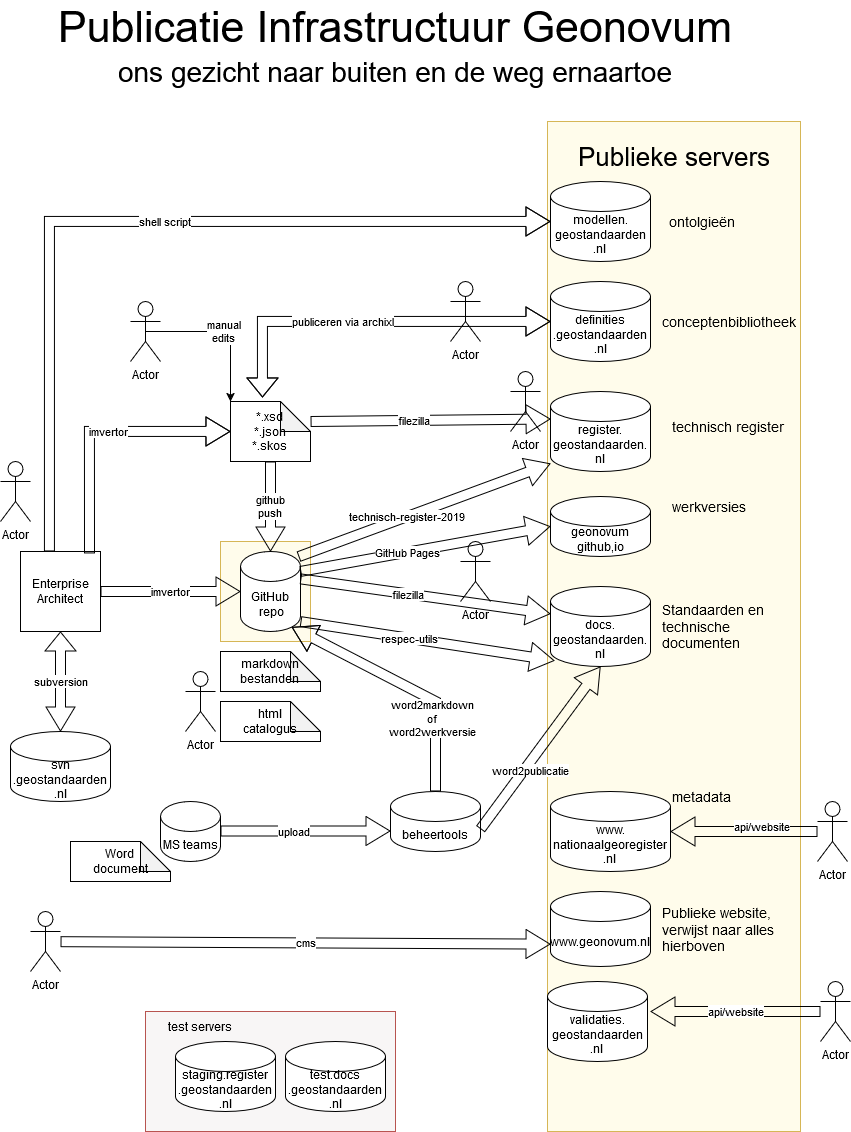
This is GeonovumInterneArchitectuur.drawio.png from Geonovum/DrawIO, a draw.io export, as it was before one commit. Source tidied: cells renumbered, new cells last; positions are measured from the earlier drawing's top-left corner, leaving out a move shared by most shapes.
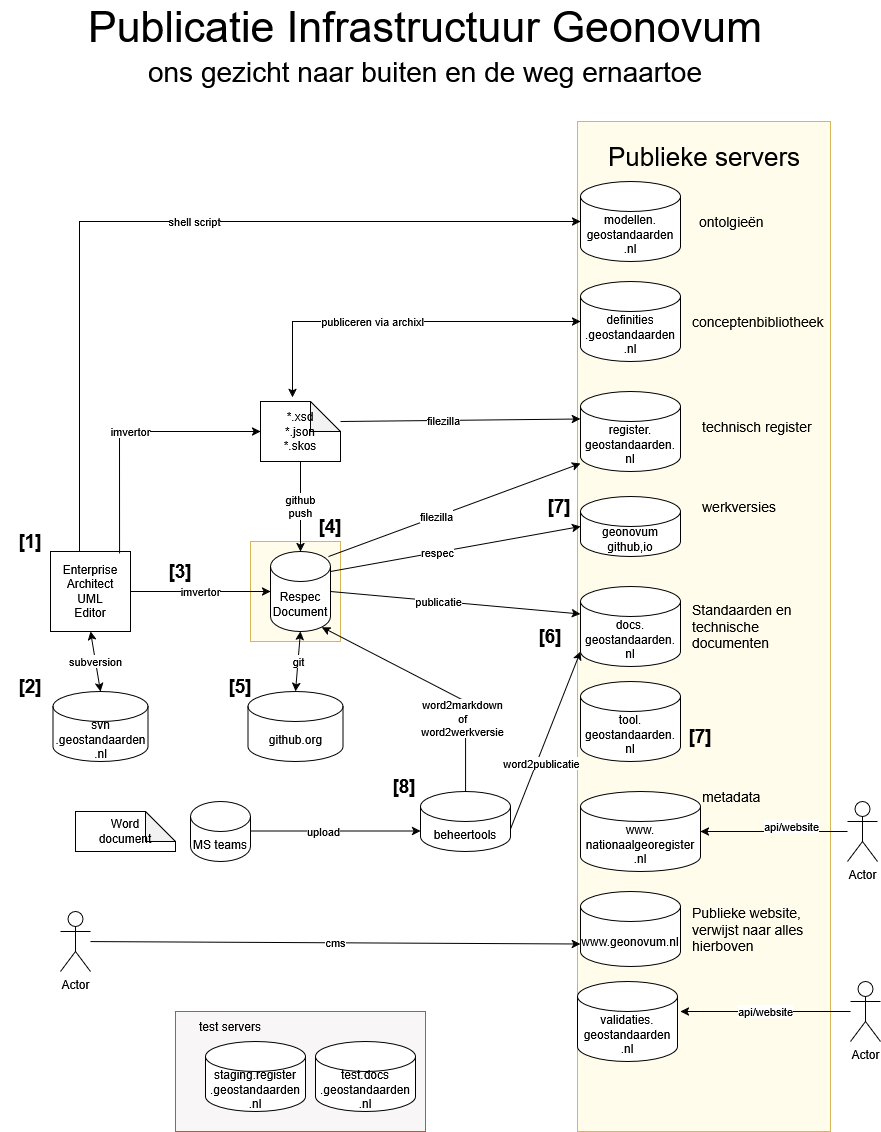
After the change.

What changed in the source:
```diff
@@ -10,20 +10,17 @@
     </mxCell>
-    <mxCell id="4" value="&lt;div&gt;svn&lt;/div&gt;&lt;div&gt;.geostandaarden&lt;/div&gt;&lt;div&gt;.nl&lt;/div&gt;" style="shape=cylinder3;whiteSpace=wrap;html=1;boundedLbl=1;backgroundOutline=1;size=15;" parent="1" vertex="1">
-      <mxGeometry x="10" y="720" width="100" height="70" as="geometry" />
+    <mxCell id="4" value="github.org" style="shape=cylinder3;whiteSpace=wrap;html=1;boundedLbl=1;backgroundOutline=1;size=15;" parent="1" vertex="1">
+      <mxGeometry x="217.5" y="680" width="95" height="70" as="geometry" />
     </mxCell>
-    <mxCell id="5" value="&lt;div&gt;Enterprise&lt;/div&gt;&lt;div&gt;Architect&lt;/div&gt;" style="whiteSpace=wrap;html=1;" parent="1" vertex="1">
+    <mxCell id="5" value="&lt;div&gt;Enterprise&lt;/div&gt;&lt;div&gt;Architect&lt;/div&gt;&lt;div&gt;UML&lt;/div&gt;&lt;div&gt;Editor&lt;/div&gt;" style="whiteSpace=wrap;html=1;" parent="1" vertex="1">
       <mxGeometry x="20" y="540" width="80" height="80" as="geometry" />
     </mxCell>
-    <mxCell id="6" value="subversion" style="shape=flexArrow;endArrow=classic;startArrow=classic;html=1;rounded=0;entryX=0.5;entryY=1;entryDx=0;entryDy=0;startWidth=18;startSize=7.67;exitX=0.5;exitY=0;exitDx=0;exitDy=0;exitPerimeter=0;" parent="1" edge="1" source="4" target="5">
+    <mxCell id="6" value="subversion" style="endArrow=classic;startArrow=classic;html=1;rounded=0;entryX=0.5;entryY=1;entryDx=0;entryDy=0;startWidth=18;exitX=0.5;exitY=0;exitDx=0;exitDy=0;exitPerimeter=0;" parent="1" edge="1" source="67" target="5">
       <mxGeometry relative="1" as="geometry" />
     </mxCell>
-    <mxCell id="7" value="&lt;div&gt;GitHub&lt;/div&gt;&amp;nbsp;repo" style="shape=cylinder3;whiteSpace=wrap;html=1;boundedLbl=1;backgroundOutline=1;size=15;" parent="1" vertex="1">
+    <mxCell id="7" value="&lt;div&gt;Respec&lt;/div&gt;&lt;div&gt;Document&lt;/div&gt;" style="shape=cylinder3;whiteSpace=wrap;html=1;boundedLbl=1;backgroundOutline=1;size=15;" parent="1" vertex="1">
       <mxGeometry x="240" y="540" width="60" height="80" as="geometry" />
     </mxCell>
-    <mxCell id="8" value="&lt;div&gt;imvertor&lt;/div&gt;" style="shape=flexArrow;endArrow=none;startArrow=classic;html=1;rounded=0;entryX=1;entryY=0.5;entryDx=0;entryDy=0;startWidth=18;startSize=7.67;exitX=0;exitY=0.5;exitDx=0;exitDy=0;exitPerimeter=0;endFill=0;" parent="1" edge="1" source="7" target="5">
+    <mxCell id="8" value="&lt;div&gt;imvertor&lt;/div&gt;" style="endArrow=none;startArrow=classic;html=1;rounded=0;entryX=1;entryY=0.5;entryDx=0;entryDy=0;startWidth=18;exitX=0;exitY=0.5;exitDx=0;exitDy=0;exitPerimeter=0;endFill=0;" parent="1" edge="1" source="7" target="5">
       <mxGeometry relative="1" as="geometry" />
     </mxCell>
-    <mxCell id="9" value="&lt;div&gt;markdown&lt;/div&gt;&lt;div&gt;bestanden&lt;br&gt;&lt;/div&gt;" style="shape=note;whiteSpace=wrap;html=1;backgroundOutline=1;darkOpacity=0.05;" parent="1" vertex="1">
-      <mxGeometry x="220" y="640" width="100" height="40" as="geometry" />
-    </mxCell>
     <mxCell id="10" value="docs.&lt;br&gt;geostandaarden.&lt;br&gt;nl" style="shape=cylinder3;whiteSpace=wrap;html=1;boundedLbl=1;backgroundOutline=1;size=15;" parent="1" vertex="1">
@@ -31,3 +28,3 @@
     </mxCell>
-    <mxCell id="11" value="&lt;div&gt;filezilla&lt;/div&gt;" style="shape=flexArrow;endArrow=none;startArrow=classic;html=1;rounded=0;entryX=1;entryY=0;entryDx=0;entryDy=27.5;startWidth=18;startSize=7.67;exitX=0;exitY=0;exitDx=0;exitDy=27.5;exitPerimeter=0;entryPerimeter=0;endFill=0;" parent="1" edge="1" source="10" target="7">
+    <mxCell id="11" value="publicatie" style="endArrow=none;startArrow=classic;html=1;rounded=0;entryX=1;entryY=0.5;entryDx=0;entryDy=0;startWidth=18;exitX=0;exitY=0;exitDx=0;exitDy=27.5;exitPerimeter=0;entryPerimeter=0;endFill=0;" parent="1" edge="1" source="10" target="7">
       <mxGeometry x="0.14" relative="1" as="geometry" />
@@ -37,10 +34,4 @@
     </mxCell>
-    <mxCell id="13" value="&lt;div&gt;html&lt;/div&gt;&lt;div&gt;catalogus&lt;br&gt;&lt;/div&gt;" style="shape=note;whiteSpace=wrap;html=1;backgroundOutline=1;darkOpacity=0.05;" parent="1" vertex="1">
-      <mxGeometry x="220" y="690" width="100" height="40" as="geometry" />
-    </mxCell>
-    <mxCell id="14" value="Actor" style="shape=umlActor;verticalLabelPosition=bottom;verticalAlign=top;html=1;" parent="1" vertex="1">
-      <mxGeometry x="510" y="360" width="30" height="60" as="geometry" />
-    </mxCell>
-    <mxCell id="15" value="&lt;div&gt;imvertor&lt;/div&gt;" style="shape=flexArrow;endArrow=none;startArrow=classic;html=1;rounded=0;entryX=0.863;entryY=0.025;entryDx=0;entryDy=0;startWidth=18;startSize=7.67;exitX=0;exitY=0.5;exitDx=0;exitDy=0;exitPerimeter=0;endFill=0;entryPerimeter=0;" parent="1" edge="1" source="12" target="5">
-      <mxGeometry x="-0.07" relative="1" as="geometry">
+    <mxCell id="15" value="&lt;div&gt;imvertor&lt;/div&gt;" style="endArrow=none;startArrow=classic;html=1;rounded=0;entryX=0.863;entryY=0.025;entryDx=0;entryDy=0;startWidth=18;exitX=0;exitY=0.5;exitDx=0;exitDy=0;exitPerimeter=0;endFill=0;entryPerimeter=0;" parent="1" edge="1" source="12" target="5">
+      <mxGeometry x="-0.01" relative="1" as="geometry">
         <Array as="points">
@@ -50,5 +41,2 @@
     </mxCell>
-    <mxCell id="16" value="Actor" style="shape=umlActor;verticalLabelPosition=bottom;verticalAlign=top;html=1;" parent="1" vertex="1">
-      <mxGeometry x="460" y="530" width="30" height="60" as="geometry" />
-    </mxCell>
     <mxCell id="17" value="&lt;div&gt;register.&lt;/div&gt;&lt;div&gt;geostandaarden.&lt;/div&gt;&lt;div&gt;nl&lt;br&gt;&lt;/div&gt;" style="shape=cylinder3;whiteSpace=wrap;html=1;boundedLbl=1;backgroundOutline=1;size=15;" parent="1" vertex="1">
@@ -59,6 +47,3 @@
     </mxCell>
-    <mxCell id="19" value="Actor" style="shape=umlActor;verticalLabelPosition=bottom;verticalAlign=top;html=1;" parent="1" vertex="1">
-      <mxGeometry y="450" width="30" height="60" as="geometry" />
-    </mxCell>
-    <mxCell id="20" value="&lt;div&gt;filezilla&lt;/div&gt;" style="shape=flexArrow;endArrow=none;startArrow=classic;html=1;rounded=0;entryX=0;entryY=0;entryDx=80;entryDy=30;startWidth=18;startSize=7.67;entryPerimeter=0;endFill=0;exitX=0;exitY=0;exitDx=0;exitDy=27.5;exitPerimeter=0;" parent="1" edge="1" source="17">
+    <mxCell id="20" value="&lt;div&gt;filezilla&lt;/div&gt;" style="endArrow=none;startArrow=classic;html=1;rounded=0;entryX=0;entryY=0;entryDx=80;entryDy=30;startWidth=18;entryPerimeter=0;endFill=0;exitX=0;exitY=0;exitDx=0;exitDy=27.5;exitPerimeter=0;" parent="1" edge="1" source="17">
       <mxGeometry x="0.14" relative="1" as="geometry">
@@ -70,3 +55,3 @@
     </mxCell>
-    <mxCell id="22" value="publiceren via archixl" style="shape=flexArrow;endArrow=classic;startArrow=classic;html=1;rounded=0;entryX=0.4;entryY=-0.067;entryDx=0;entryDy=0;startWidth=18;startSize=7.67;exitX=0;exitY=0.5;exitDx=0;exitDy=0;exitPerimeter=0;entryPerimeter=0;" parent="1" edge="1" source="21" target="12">
+    <mxCell id="22" value="publiceren via archixl" style="endArrow=classic;startArrow=classic;html=1;rounded=0;entryX=0.4;entryY=-0.067;entryDx=0;entryDy=0;startWidth=18;exitX=0;exitY=0.5;exitDx=0;exitDy=0;exitPerimeter=0;entryPerimeter=0;" parent="1" edge="1" source="21" target="12">
       <mxGeometry x="0.14" relative="1" as="geometry">
@@ -77,14 +62,2 @@
     </mxCell>
-    <mxCell id="23" value="Actor" style="shape=umlActor;verticalLabelPosition=bottom;verticalAlign=top;html=1;" parent="1" vertex="1">
-      <mxGeometry x="185" y="660" width="30" height="60" as="geometry" />
-    </mxCell>
-    <mxCell id="24" value="Actor" style="shape=umlActor;verticalLabelPosition=bottom;verticalAlign=top;html=1;" parent="1" vertex="1">
-      <mxGeometry x="450" y="270" width="30" height="60" as="geometry" />
-    </mxCell>
-    <mxCell id="25" value="Actor" style="shape=umlActor;verticalLabelPosition=bottom;verticalAlign=top;html=1;outlineConnect=0;" parent="1" vertex="1">
-      <mxGeometry x="130" y="290" width="30" height="60" as="geometry" />
-    </mxCell>
-    <mxCell id="26" value="&lt;div&gt;manual&lt;/div&gt;&lt;div&gt;edits&lt;/div&gt;" style="edgeStyle=orthogonalEdgeStyle;rounded=0;jettySize=auto;html=1;exitX=0.5;exitY=0.5;exitDx=0;exitDy=0;exitPerimeter=0;entryX=0;entryY=0;entryDx=0;entryDy=0;entryPerimeter=0;" parent="1" edge="1" source="25" target="12">
-      <mxGeometry relative="1" as="geometry" />
-    </mxCell>
     <mxCell id="27" value="MS teams" style="shape=cylinder3;whiteSpace=wrap;html=1;boundedLbl=1;backgroundOutline=1;size=15;" parent="1" vertex="1">
@@ -93,5 +66,5 @@
     <mxCell id="28" value="Word&lt;br&gt;document" style="shape=note;whiteSpace=wrap;html=1;backgroundOutline=1;darkOpacity=0.05;" parent="1" vertex="1">
-      <mxGeometry x="70" y="830" width="100" height="40" as="geometry" />
+      <mxGeometry x="45" y="800" width="100" height="40" as="geometry" />
     </mxCell>
-    <mxCell id="29" value="upload" style="shape=flexArrow;endArrow=none;startArrow=classic;html=1;rounded=0;entryX=1;entryY=0;entryDx=0;entryDy=52.5;startWidth=18;startSize=7.67;entryPerimeter=0;endFill=0;" parent="1" edge="1">
+    <mxCell id="29" value="upload" style="endArrow=none;startArrow=classic;html=1;rounded=0;entryX=1;entryY=0;entryDx=0;entryDy=52.5;startWidth=18;entryPerimeter=0;endFill=0;" parent="1" edge="1">
       <mxGeometry x="0.14" relative="1" as="geometry">
@@ -101,11 +74,6 @@
     </mxCell>
-    <mxCell id="30" value="word2publicatie" style="shape=flexArrow;endArrow=none;startArrow=classic;html=1;rounded=0;entryX=1;entryY=0;entryDx=0;entryDy=37.5;startWidth=18;startSize=7.67;entryPerimeter=0;endFill=0;exitX=0.5;exitY=1;exitDx=0;exitDy=0;exitPerimeter=0;" parent="1" edge="1" source="10" target="18">
+    <mxCell id="30" value="word2publicatie" style="endArrow=none;startArrow=classic;html=1;rounded=0;entryX=1;entryY=0;entryDx=0;entryDy=37.5;startWidth=18;entryPerimeter=0;endFill=0;exitX=0;exitY=1;exitDx=0;exitDy=-15;exitPerimeter=0;" parent="1" edge="1" source="10" target="18">
       <mxGeometry x="0.24" y="5" relative="1" as="geometry" />
     </mxCell>
-    <mxCell id="31" value="respec-utils" style="shape=flexArrow;endArrow=none;startArrow=classic;html=1;rounded=0;entryX=1;entryY=0.5;entryDx=0;entryDy=0;startWidth=18;startSize=7.67;exitX=0.04;exitY=0.925;exitDx=0;exitDy=0;exitPerimeter=0;entryPerimeter=0;endFill=0;" parent="1" edge="1" source="10">
-      <mxGeometry x="0.14" relative="1" as="geometry">
-        <mxPoint x="300" y="610" as="targetPoint" />
-      </mxGeometry>
-    </mxCell>
-    <mxCell id="32" value="technisch-register-2019" style="shape=flexArrow;endArrow=none;startArrow=classic;html=1;rounded=0;entryX=0.967;entryY=0.063;entryDx=0;entryDy=0;startWidth=18;startSize=7.67;entryPerimeter=0;endFill=0;exitX=0;exitY=0.9;exitDx=0;exitDy=0;exitPerimeter=0;" parent="1" edge="1" source="17" target="7">
+    <mxCell id="32" value="filezilla" style="endArrow=none;startArrow=classic;html=1;rounded=0;entryX=0.967;entryY=0.063;entryDx=0;entryDy=0;startWidth=18;entryPerimeter=0;endFill=0;exitX=0;exitY=0.9;exitDx=0;exitDy=0;exitPerimeter=0;" parent="1" edge="1" source="17" target="7">
       <mxGeometry x="0.14" relative="1" as="geometry" />
@@ -115,6 +83,6 @@
     </mxCell>
-    <mxCell id="34" value="&lt;div&gt;github&lt;/div&gt;&lt;div&gt;push&lt;br&gt;&lt;/div&gt;" style="shape=flexArrow;endArrow=none;startArrow=classic;html=1;rounded=0;entryX=0.5;entryY=1;entryDx=0;entryDy=0;startWidth=18;startSize=7.67;entryPerimeter=0;endFill=0;" parent="1" edge="1" source="7" target="12">
+    <mxCell id="34" value="&lt;div&gt;github&lt;/div&gt;&lt;div&gt;push&lt;br&gt;&lt;/div&gt;" style="endArrow=none;startArrow=classic;html=1;rounded=0;entryX=0.5;entryY=1;entryDx=0;entryDy=0;startWidth=18;entryPerimeter=0;endFill=0;" parent="1" edge="1" source="7" target="12">
       <mxGeometry relative="1" as="geometry" />
     </mxCell>
-    <mxCell id="35" value="&lt;div&gt;word2markdown&lt;/div&gt;&lt;div&gt;of &lt;br&gt;&lt;/div&gt;&lt;div&gt;word2werkversie&lt;br&gt;&lt;/div&gt;" style="shape=flexArrow;endArrow=none;startArrow=classic;html=1;rounded=0;entryX=0.5;entryY=0;entryDx=0;entryDy=0;startWidth=18;startSize=7.67;entryPerimeter=0;endFill=0;exitX=0.855;exitY=1;exitDx=0;exitDy=-4.35;exitPerimeter=0;" parent="1" edge="1" source="7" target="18">
+    <mxCell id="35" value="&lt;div&gt;word2markdown&lt;/div&gt;&lt;div&gt;of &lt;br&gt;&lt;/div&gt;&lt;div&gt;word2werkversie&lt;br&gt;&lt;/div&gt;" style="endArrow=none;startArrow=classic;html=1;rounded=0;entryX=0.5;entryY=0;entryDx=0;entryDy=0;startWidth=18;entryPerimeter=0;endFill=0;exitX=0.855;exitY=1;exitDx=0;exitDy=-4.35;exitPerimeter=0;" parent="1" edge="1" source="7" target="18">
       <mxGeometry x="0.43" y="-3" relative="1" as="geometry">
@@ -128,3 +96,3 @@
     </mxCell>
-    <mxCell id="37" value="shell script" style="shape=flexArrow;endArrow=none;startArrow=classic;html=1;rounded=0;entryX=0.863;entryY=0.025;entryDx=0;entryDy=0;startWidth=18;startSize=7.67;endFill=0;entryPerimeter=0;exitX=0;exitY=0.5;exitDx=0;exitDy=0;exitPerimeter=0;" parent="1" edge="1" source="38">
+    <mxCell id="37" value="shell script" style="endArrow=none;startArrow=classic;html=1;rounded=0;entryX=0.863;entryY=0.025;entryDx=0;entryDy=0;startWidth=18;endFill=0;entryPerimeter=0;exitX=0;exitY=0.5;exitDx=0;exitDy=0;exitPerimeter=0;" parent="1" edge="1" source="38">
       <mxGeometry x="-0.07" relative="1" as="geometry">
@@ -145,3 +113,3 @@
     </mxCell>
-    <mxCell id="41" value="GitHub Pages" style="shape=flexArrow;endArrow=none;startArrow=classic;html=1;rounded=0;startWidth=18;startSize=7.67;endFill=0;exitX=0;exitY=0.5;exitDx=0;exitDy=0;exitPerimeter=0;" parent="1" edge="1" source="39">
+    <mxCell id="41" value="respec" style="endArrow=none;startArrow=classic;html=1;rounded=0;startWidth=18;endFill=0;exitX=0;exitY=0.5;exitDx=0;exitDy=0;exitPerimeter=0;" parent="1" edge="1" source="39">
       <mxGeometry x="0.14" relative="1" as="geometry">
@@ -168,3 +136,3 @@
     </mxCell>
-    <mxCell id="48" value="cms" style="shape=flexArrow;endArrow=none;startArrow=classic;html=1;rounded=0;startWidth=18;startSize=7.67;exitX=0;exitY=0;exitDx=0;exitDy=52.5;exitPerimeter=0;endFill=0;" parent="1" edge="1" source="45" target="47">
+    <mxCell id="48" value="cms" style="endArrow=none;startArrow=classic;html=1;rounded=0;startWidth=18;exitX=0;exitY=0;exitDx=0;exitDy=52.5;exitPerimeter=0;endFill=0;" parent="1" edge="1" source="45" target="47">
       <mxGeometry relative="1" as="geometry" />
@@ -192,3 +160,3 @@
     </mxCell>
-    <mxCell id="56" value="api/website" style="shape=flexArrow;endArrow=none;startArrow=classic;html=1;rounded=0;startWidth=18;startSize=7.67;endFill=0;" parent="1" edge="1" target="55">
+    <mxCell id="56" value="api/website" style="endArrow=none;startArrow=classic;html=1;rounded=0;startWidth=18;endFill=0;" parent="1" edge="1" target="55">
       <mxGeometry relative="1" as="geometry">
@@ -203,3 +171,3 @@
     </mxCell>
-    <mxCell id="59" value="api/website" style="shape=flexArrow;endArrow=none;startArrow=classic;html=1;rounded=0;startWidth=18;startSize=7.67;endFill=0;" parent="1" edge="1" source="57" target="58">
+    <mxCell id="59" value="api/website" style="endArrow=none;startArrow=classic;html=1;rounded=0;startWidth=18;endFill=0;" parent="1" edge="1" source="57" target="58">
       <mxGeometry x="0.24" y="5" relative="1" as="geometry" />
@@ -215,2 +183,38 @@
     </mxCell>
+    <mxCell id="63" value="&lt;font style=&quot;font-size: 19px;&quot;&gt;&lt;b&gt;[1]&lt;/b&gt;&lt;/font&gt;" style="text;strokeColor=none;align=center;fillColor=none;html=1;verticalAlign=middle;whiteSpace=wrap;rounded=0;" parent="1" vertex="1">
+      <mxGeometry x="-30" y="515" width="60" height="30" as="geometry" />
+    </mxCell>
+    <mxCell id="64" value="&lt;font style=&quot;font-size: 19px;&quot;&gt;&lt;b&gt;[2]&lt;/b&gt;&lt;/font&gt;" style="text;strokeColor=none;align=center;fillColor=none;html=1;verticalAlign=middle;whiteSpace=wrap;rounded=0;" parent="1" vertex="1">
+      <mxGeometry x="-30" y="660" width="60" height="30" as="geometry" />
+    </mxCell>
+    <mxCell id="65" value="&lt;font style=&quot;font-size: 19px;&quot;&gt;&lt;b&gt;[3]&lt;/b&gt;&lt;/font&gt;" style="text;strokeColor=none;align=center;fillColor=none;html=1;verticalAlign=middle;whiteSpace=wrap;rounded=0;" parent="1" vertex="1">
+      <mxGeometry x="120" y="545" width="60" height="30" as="geometry" />
+    </mxCell>
+    <mxCell id="66" value="&lt;font style=&quot;font-size: 19px;&quot;&gt;&lt;b&gt;[4]&lt;/b&gt;&lt;/font&gt;" style="text;strokeColor=none;align=center;fillColor=none;html=1;verticalAlign=middle;whiteSpace=wrap;rounded=0;" parent="1" vertex="1">
+      <mxGeometry x="270" y="500" width="60" height="30" as="geometry" />
+    </mxCell>
+    <mxCell id="67" value="&lt;div&gt;svn&lt;/div&gt;&lt;div&gt;.geostandaarden&lt;/div&gt;&lt;div&gt;.nl&lt;/div&gt;" style="shape=cylinder3;whiteSpace=wrap;html=1;boundedLbl=1;backgroundOutline=1;size=15;" parent="1" vertex="1">
+      <mxGeometry x="22.5" y="680" width="95" height="70" as="geometry" />
+    </mxCell>
+    <mxCell id="68" value="git" style="endArrow=classic;startArrow=classic;html=1;rounded=0;entryX=0.5;entryY=0;entryDx=0;entryDy=0;startWidth=18;exitX=0.5;exitY=1;exitDx=0;exitDy=0;exitPerimeter=0;entryPerimeter=0;" parent="1" edge="1" source="7" target="4">
+      <mxGeometry relative="1" as="geometry" />
+    </mxCell>
+    <mxCell id="69" value="&lt;font style=&quot;font-size: 19px;&quot;&gt;&lt;b&gt;[5]&lt;/b&gt;&lt;/font&gt;" style="text;strokeColor=none;align=center;fillColor=none;html=1;verticalAlign=middle;whiteSpace=wrap;rounded=0;" parent="1" vertex="1">
+      <mxGeometry x="180" y="660" width="60" height="30" as="geometry" />
+    </mxCell>
+    <mxCell id="70" value="&lt;font style=&quot;font-size: 19px;&quot;&gt;&lt;b&gt;[6]&lt;/b&gt;&lt;/font&gt;" style="text;strokeColor=none;align=center;fillColor=none;html=1;verticalAlign=middle;whiteSpace=wrap;rounded=0;" parent="1" vertex="1">
+      <mxGeometry x="490" y="610" width="60" height="30" as="geometry" />
+    </mxCell>
+    <mxCell id="71" value="tool.&lt;br&gt;geostandaarden.&lt;br&gt;nl" style="shape=cylinder3;whiteSpace=wrap;html=1;boundedLbl=1;backgroundOutline=1;size=15;" parent="1" vertex="1">
+      <mxGeometry x="550" y="670" width="100" height="80" as="geometry" />
+    </mxCell>
+    <mxCell id="72" value="&lt;font style=&quot;font-size: 19px;&quot;&gt;&lt;b&gt;[7]&lt;/b&gt;&lt;/font&gt;" style="text;strokeColor=none;align=center;fillColor=none;html=1;verticalAlign=middle;whiteSpace=wrap;rounded=0;" parent="1" vertex="1">
+      <mxGeometry x="640" y="710" width="60" height="30" as="geometry" />
+    </mxCell>
+    <mxCell id="73" value="&lt;font style=&quot;font-size: 19px;&quot;&gt;&lt;b&gt;[8]&lt;/b&gt;&lt;/font&gt;" style="text;strokeColor=none;align=center;fillColor=none;html=1;verticalAlign=middle;whiteSpace=wrap;rounded=0;" parent="1" vertex="1">
+      <mxGeometry x="344" y="760" width="60" height="30" as="geometry" />
+    </mxCell>
+    <mxCell id="74" value="&lt;font style=&quot;font-size: 19px;&quot;&gt;&lt;b&gt;[7]&lt;/b&gt;&lt;/font&gt;" style="text;strokeColor=none;align=center;fillColor=none;html=1;verticalAlign=middle;whiteSpace=wrap;rounded=0;" parent="1" vertex="1">
+      <mxGeometry x="498.5" y="480" width="60" height="30" as="geometry" />
+    </mxCell>
   </root>
```
